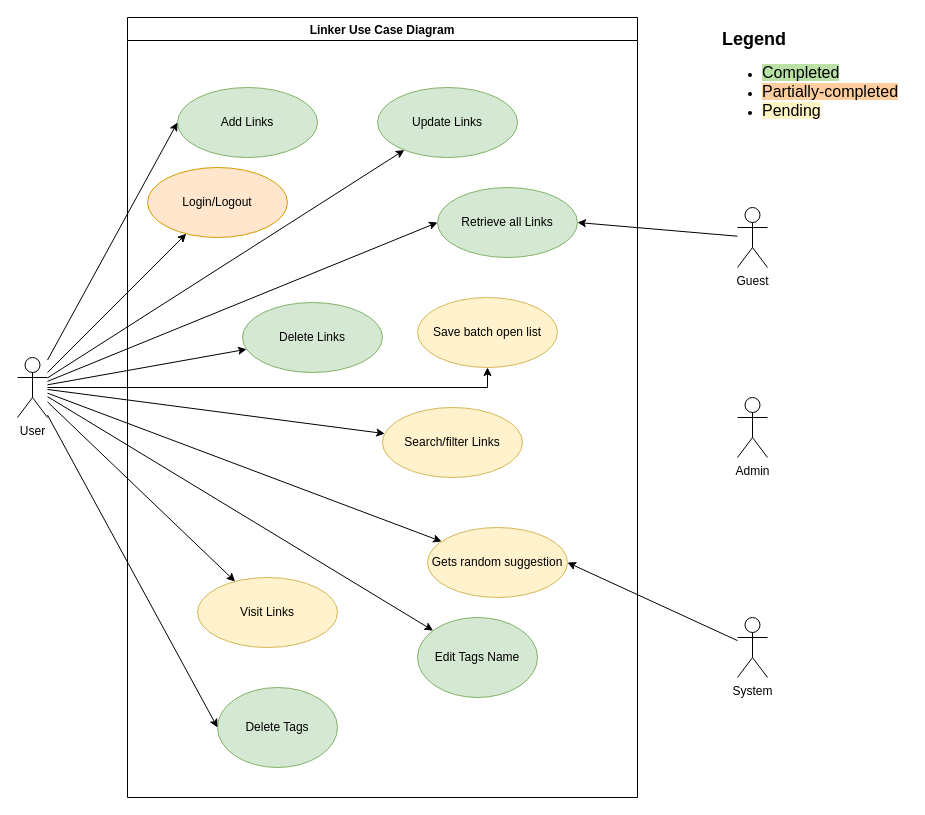
The draw.io diagram page "Use Case Diagram" (2 of 6) of docs/Linker.drawio in data-miner00/Linker, before the edit. Source tidied: cells renumbered, new cells numbered last; positions are measured from the earlier drawing's top-left corner, leaving out a move shared by most shapes. Both pictures are drawn from the tidied source at 100%, with x=0, y=0 at pixel (17, 17).
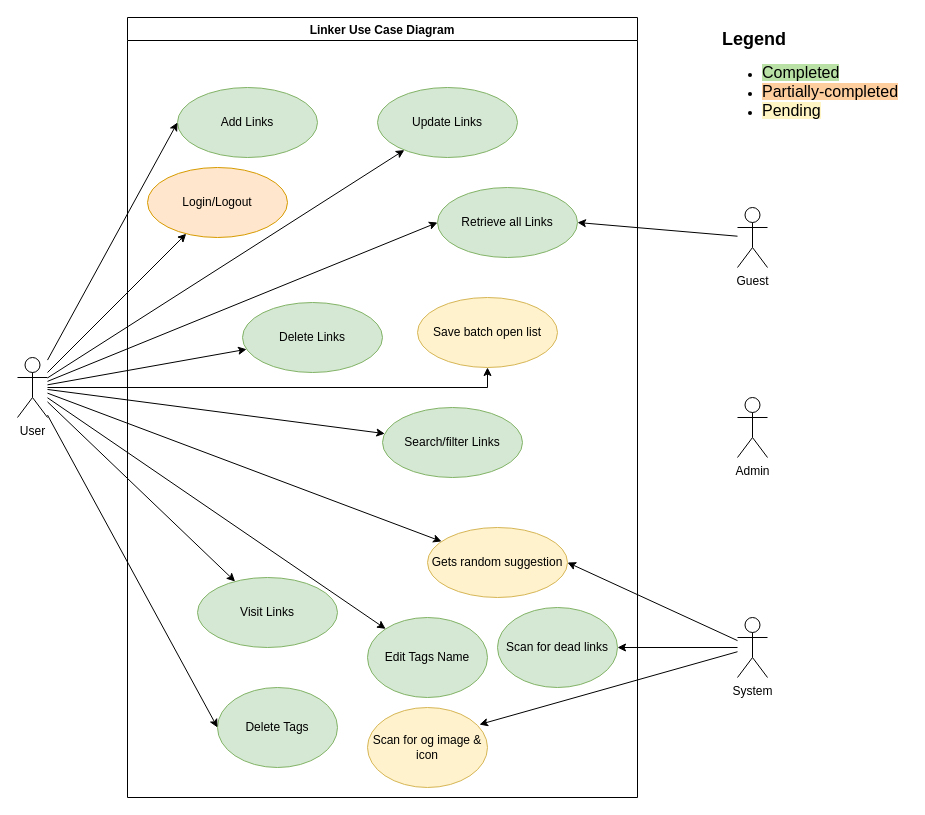
The same diagram, later.

Unchanged cells that the change refers to:
```xml
<mxCell id="2" value="Linker Use Case Diagram" style="swimlane;" parent="1" vertex="1">
  <mxGeometry x="110" width="510" height="780" as="geometry" />
</mxCell>
<mxCell id="30" value="System" style="shape=umlActor;verticalLabelPosition=bottom;verticalAlign=top;html=1;" parent="1" vertex="1">
  <mxGeometry x="720" y="600" width="30" height="60" as="geometry" />
</mxCell>
```

What changed in the source:
```diff
@@
-    <mxCell id="7" value="Search/filter Links" style="ellipse;whiteSpace=wrap;html=1;fillColor=#fff2cc;strokeColor=#d6b656;" parent="2" vertex="1">
+    <mxCell id="7" value="Search/filter Links" style="ellipse;whiteSpace=wrap;html=1;fillColor=#d5e8d4;strokeColor=#82b366;" parent="2" vertex="1">
       <mxGeometry x="255" y="390" width="140" height="70" as="geometry" />
     </mxCell>
@@
-    <mxCell id="9" value="Visit Links" style="ellipse;whiteSpace=wrap;html=1;fillColor=#fff2cc;strokeColor=#d6b656;" parent="2" vertex="1">
+    <mxCell id="9" value="Visit Links" style="ellipse;whiteSpace=wrap;html=1;fillColor=#d5e8d4;strokeColor=#82b366;" parent="2" vertex="1">
       <mxGeometry x="70" y="560" width="140" height="70" as="geometry" />
     </mxCell>
@@
     <mxCell id="11" value="Edit Tags Name" style="ellipse;whiteSpace=wrap;html=1;fillColor=#d5e8d4;strokeColor=#82b366;" parent="2" vertex="1">
-      <mxGeometry x="290" y="600" width="120" height="80" as="geometry" />
+      <mxGeometry x="240" y="600" width="120" height="80" as="geometry" />
     </mxCell>
@@
+    <mxCell id="32" value="Scan for og image &amp;amp; icon" style="ellipse;whiteSpace=wrap;html=1;fillColor=#fff2cc;strokeColor=#d6b656;" parent="2" vertex="1">
+      <mxGeometry x="240" y="690" width="120" height="80" as="geometry" />
+    </mxCell>
+    <mxCell id="33" value="Scan for dead links" style="ellipse;whiteSpace=wrap;html=1;fillColor=#d5e8d4;strokeColor=#82b366;" parent="2" vertex="1">
+      <mxGeometry x="370" y="590" width="120" height="80" as="geometry" />
+    </mxCell>
@@
+    <mxCell id="34" style="rounded=0;jettySize=auto;html=1;entryX=0.933;entryY=0.213;entryDx=0;entryDy=0;entryPerimeter=0;" parent="1" edge="1" source="30" target="32">
+      <mxGeometry relative="1" as="geometry" />
+    </mxCell>
+    <mxCell id="35" style="edgeStyle=orthogonalEdgeStyle;rounded=0;jettySize=auto;html=1;entryX=1;entryY=0.5;entryDx=0;entryDy=0;" parent="1" edge="1" source="30" target="33">
+      <mxGeometry relative="1" as="geometry" />
+    </mxCell>
```
